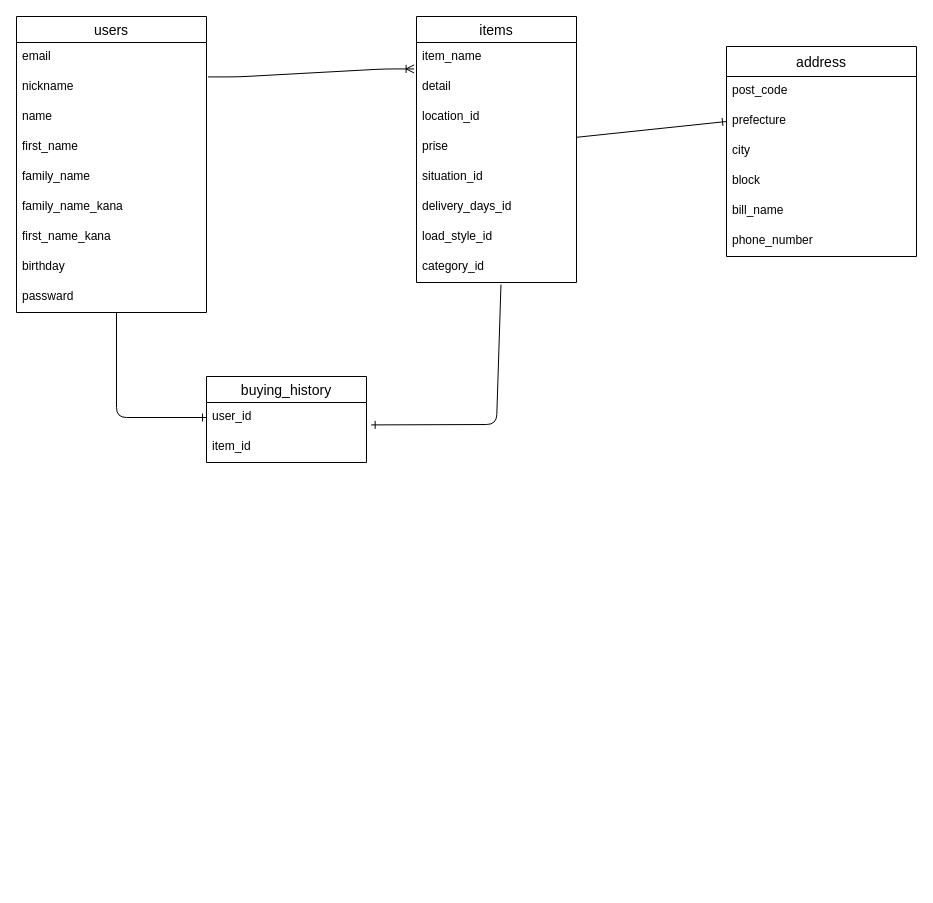
Before: ER.dio in dry534/furima-39935, a draw.io diagram. Source tidied: cells renumbered, new cells numbered last; positions are measured from the earlier drawing's top-left corner, leaving out a move shared by most shapes. Both pictures are drawn from the tidied source at 100%, with x=0, y=0 at pixel (16, 16).
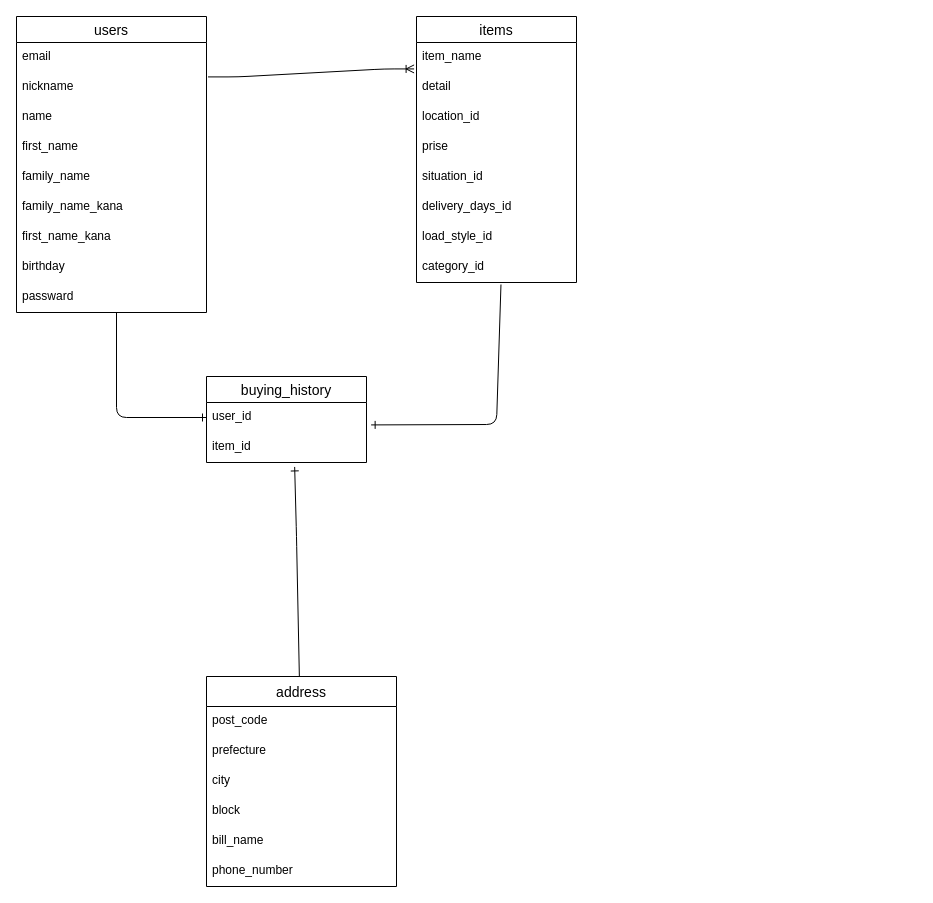
The same page after the edit.

Commit message (it also covers changes not shown here):
データベース設計　修正④

Unchanged cells that the change refers to:
```xml
<mxCell id="12" value="items" style="swimlane;fontStyle=0;horizontal=1;startSize=26;align=center;fontSize=14;rounded=0;" parent="1" vertex="1">
  <mxGeometry x="400" width="160" height="266" as="geometry" />
</mxCell>
<mxCell id="24" value="prefecture" style="text;strokeColor=none;fillColor=none;spacingLeft=4;spacingRight=4;overflow=hidden;points=[[0,0.5],[1,0.5]];portConstraint=eastwest;fontSize=12;rounded=0;" parent="22" vertex="1">
  <mxGeometry y="60" width="190" height="30" as="geometry" />
</mxCell>
<mxCell id="33" value="item_id" style="text;strokeColor=none;fillColor=none;spacingLeft=4;spacingRight=4;overflow=hidden;points=[[0,0.5],[1,0.5]];portConstraint=eastwest;fontSize=12;" parent="31" vertex="1">
  <mxGeometry y="56" width="160" height="30" as="geometry" />
</mxCell>
```

Diff of the diagram source:
```diff
@@
-    <mxCell id="19" style="fontSize=12;html=1;endArrow=ERone;endFill=1;elbow=vertical;exitX=0.528;exitY=1.067;exitDx=0;exitDy=0;exitPerimeter=0;entryX=0;entryY=0.5;entryDx=0;entryDy=0;" parent="12" edge="1" target="24">
-      <mxGeometry relative="1" as="geometry">
-        <mxPoint x="160" y="120.8" as="sourcePoint" />
-      </mxGeometry>
-    </mxCell>
@@
+    <mxCell id="35" style="edgeStyle=none;html=1;entryX=0.551;entryY=1.148;entryDx=0;entryDy=0;entryPerimeter=0;endArrow=ERone;endFill=0;" parent="1" edge="1" source="22" target="33">
+      <mxGeometry relative="1" as="geometry">
+        <Array as="points">
+          <mxPoint x="280" y="520" />
+        </Array>
+      </mxGeometry>
+    </mxCell>
     <mxCell id="22" value="address" style="swimlane;fontStyle=0;horizontal=1;startSize=30;align=center;fontSize=14;rounded=0;glass=0;" parent="1" vertex="1">
-      <mxGeometry x="710" y="30" width="190" height="210" as="geometry" />
+      <mxGeometry x="190" y="660" width="190" height="210" as="geometry" />
     </mxCell>
```
